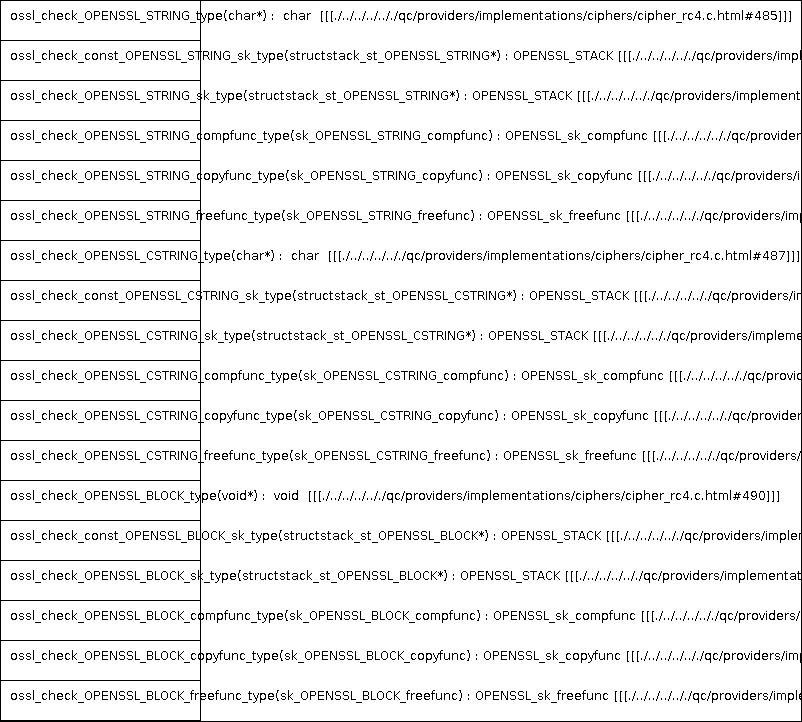
qualitesys/openssl keeps this PlantUML diagram as docs/qc/providers/implementations/ciphers/cipher_rc4.c.png. Above is the earlier version. Its source is kept beside it as docs/qc/providers/implementations/ciphers/cipher_rc4.c.puml.
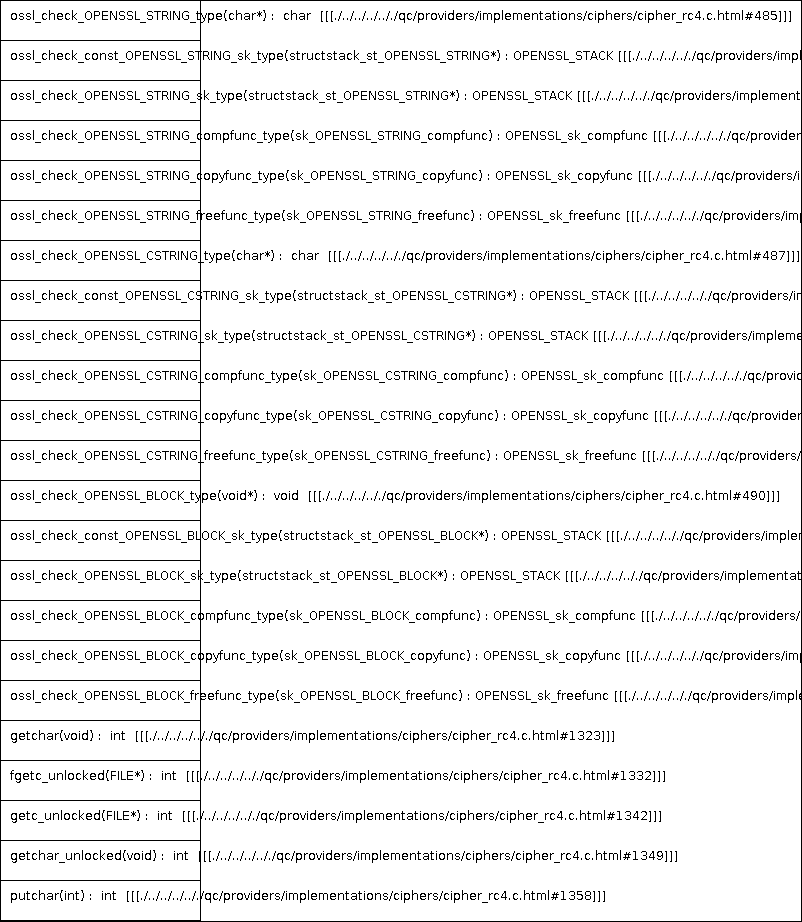
The same file after the commit.

What changed in the source:
```diff
@@ -19,5 +19,10 @@
 ossl_check_OPENSSL_BLOCK_compfunc_type(sk_OPENSSL_BLOCK_compfunc) : OPENSSL_sk_compfunc [[[./../../../.././qc/providers/implementations/ciphers/cipher_rc4.c.html#490]]]
 ossl_check_OPENSSL_BLOCK_copyfunc_type(sk_OPENSSL_BLOCK_copyfunc) : OPENSSL_sk_copyfunc [[[./../../../.././qc/providers/implementations/ciphers/cipher_rc4.c.html#490]]]
 ossl_check_OPENSSL_BLOCK_freefunc_type(sk_OPENSSL_BLOCK_freefunc) : OPENSSL_sk_freefunc [[[./../../../.././qc/providers/implementations/ciphers/cipher_rc4.c.html#490]]]
+getchar(void) :  int  [[[./../../../.././qc/providers/implementations/ciphers/cipher_rc4.c.html#1323]]]
+fgetc_unlocked(FILE*) :  int  [[[./../../../.././qc/providers/implementations/ciphers/cipher_rc4.c.html#1332]]]
+getc_unlocked(FILE*) :  int  [[[./../../../.././qc/providers/implementations/ciphers/cipher_rc4.c.html#1342]]]
+getchar_unlocked(void) :  int  [[[./../../../.././qc/providers/implementations/ciphers/cipher_rc4.c.html#1349]]]
+putchar(int) :  int  [[[./../../../.././qc/providers/implementations/ciphers/cipher_rc4.c.html#1358]]]
 }
 @enduml
```
